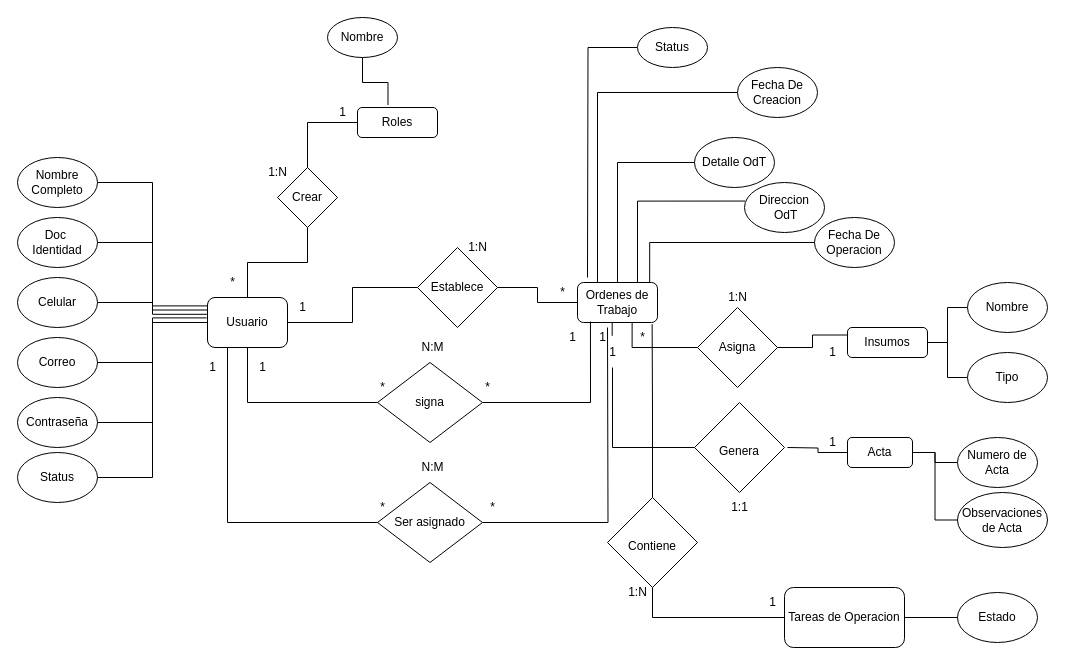
The draw.io diagram Diagrmaa ER.drawio in Jottapar/Curso, before the edit. Source tidied: cells renumbered, new cells numbered last; positions are measured from the earlier drawing's top-left corner, leaving out a move shared by most shapes. Both pictures are drawn from the tidied source at 100%, with x=0, y=0 at pixel (17, 17).
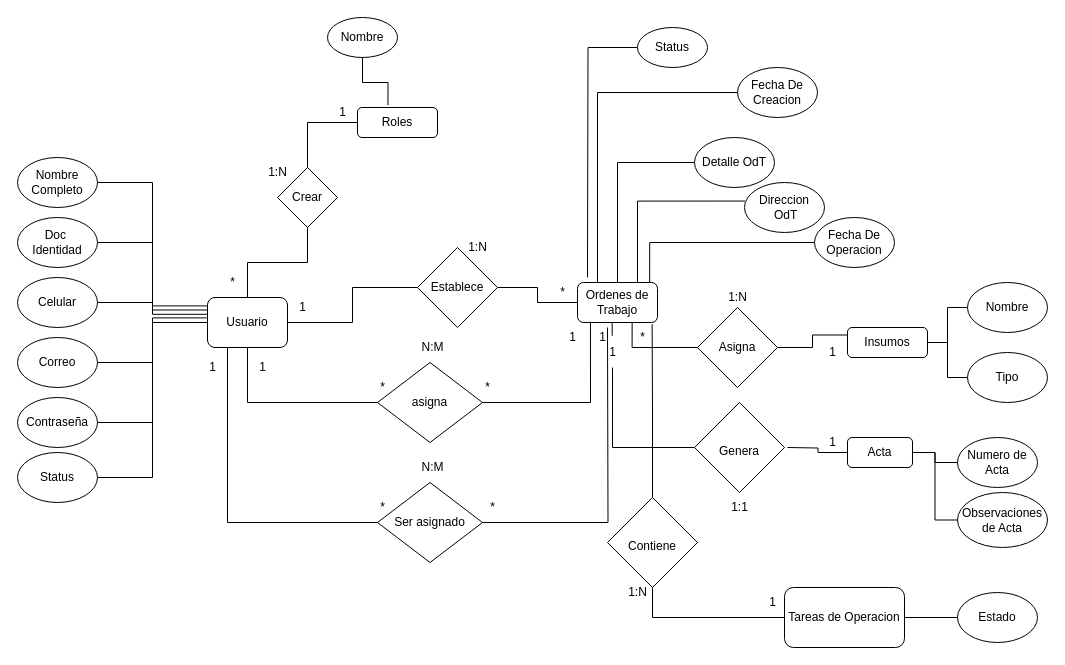
The same diagram, later.

What changed in the source:
```diff
@@
-    <mxCell id="68" value="signa" style="rhombus;whiteSpace=wrap;html=1;" parent="1" vertex="1">
+    <mxCell id="68" value="asigna" style="rhombus;whiteSpace=wrap;html=1;" parent="1" vertex="1">
       <mxGeometry x="360" y="345" width="105" height="80" as="geometry" />
     </mxCell>
```
